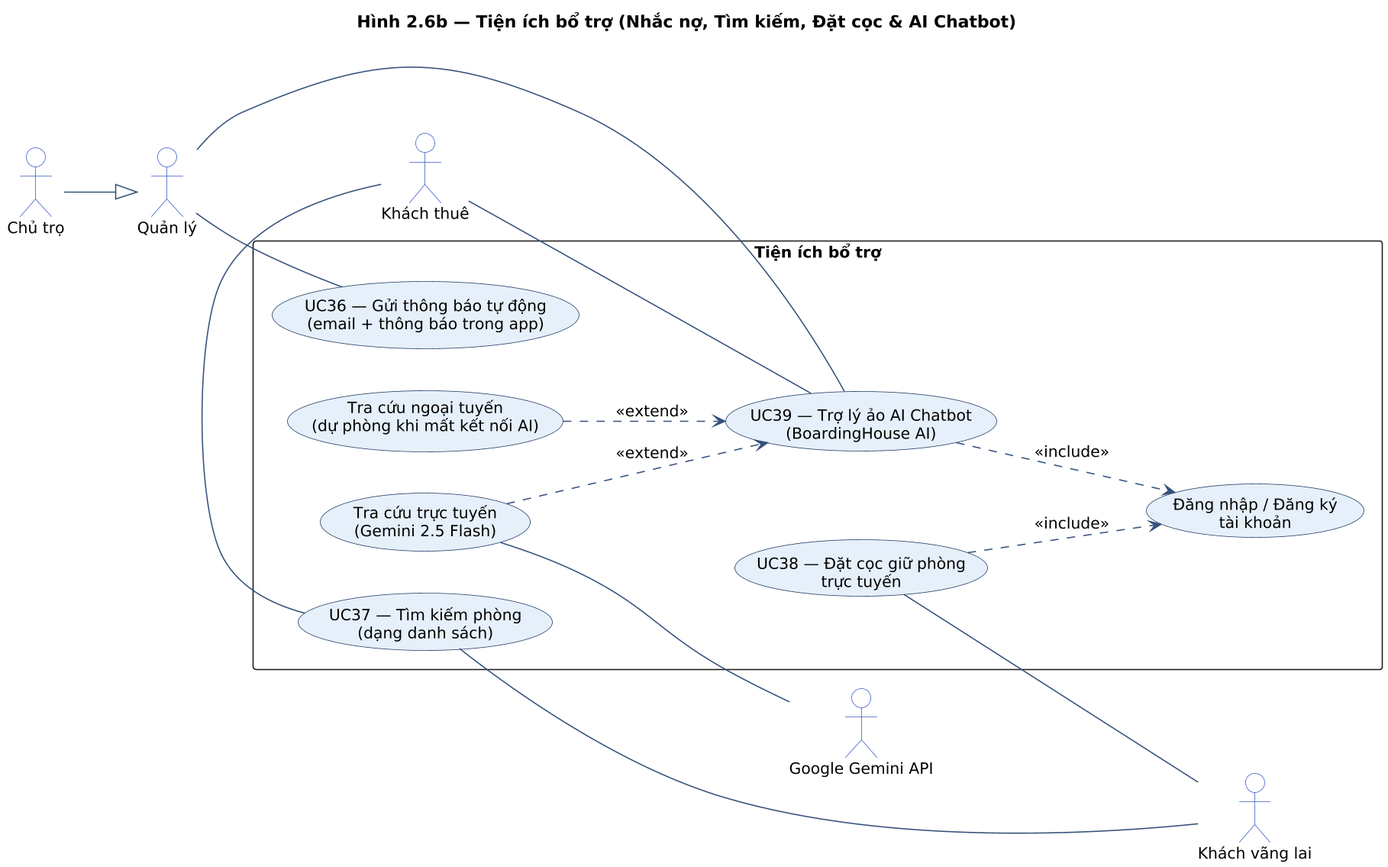
Earlier version of the PlantUML export docs/latex_report/images/diagrams/2.06b_uc_utilities.png (DiepTuHuy/Hostel_Management). Source of this version:
```plantuml
@startuml
title Hình 2.6b — Tiện ích bổ trợ (Nhắc nợ, Tìm kiếm, Đặt cọc & AI Chatbot)

skinparam dpi 150
skinparam shadowing false
skinparam defaultFontName "Segoe UI"
skinparam defaultFontSize 13
skinparam packageStyle rectangle
skinparam ArrowColor #34507A
skinparam usecase {
  BackgroundColor #E6F0FA
  BorderColor #1F3864
}
skinparam actor {
  BackgroundColor #FFFFFF
  BorderColor #3A5BC7
}
left to right direction

actor "Chủ trọ"        as Owner
actor "Quản lý"        as Manager
actor "Khách thuê"     as Tenant
actor "Khách vãng lai" as Visitor
actor "Google Gemini API" as Gemini

rectangle "Tiện ích bổ trợ" {
  usecase "UC36 — Gửi thông báo tự động\n(email + thông báo trong app)" as F1
  usecase "UC37 — Tìm kiếm phòng\n(dạng danh sách)"  as F2
  usecase "UC38 — Đặt cọc giữ phòng\ntrực tuyến"     as F3
  usecase "UC39 — Trợ lý ảo AI Chatbot\n(BoardingHouse AI)" as F4
  usecase "Đăng nhập / Đăng ký\ntài khoản"           as FA
  usecase "Tra cứu trực tuyến\n(Gemini 2.5 Flash)"   as F5
  usecase "Tra cứu ngoại tuyến\n(dự phòng khi mất kết nối AI)" as F6
}

Owner --|> Manager
Manager -- F1
Manager -- F4
Tenant  -- F4
F2 -- Tenant
F2 -- Visitor
F3 -- Visitor

F3 ..> FA : <<include>>
F4 ..> FA : <<include>>

F5 ..> F4 : <<extend>>
F6 ..> F4 : <<extend>>
F5 -- Gemini
@enduml
```
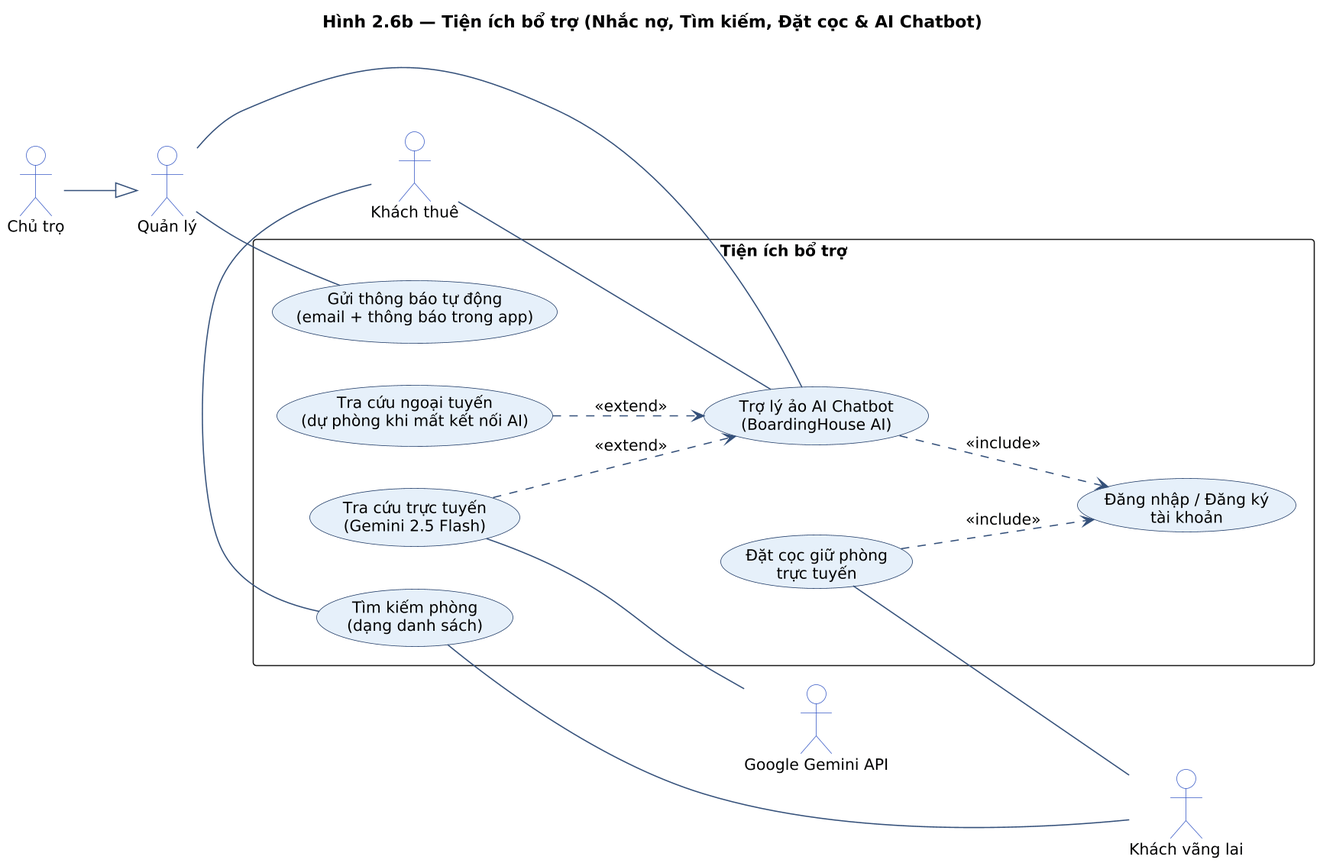
After the commit.

Commit message:
Sửa lỗi đường dẫn ảnh trong báo cáo LaTeX, cấu hình Times New Roman và biên dịch thành công main.pdf

Change to the diagram source:
```diff
@@ -24,10 +24,10 @@
 actor "Google Gemini API" as Gemini
 
 rectangle "Tiện ích bổ trợ" {
-  usecase "UC36 — Gửi thông báo tự động\n(email + thông báo trong app)" as F1
-  usecase "UC37 — Tìm kiếm phòng\n(dạng danh sách)"  as F2
-  usecase "UC38 — Đặt cọc giữ phòng\ntrực tuyến"     as F3
-  usecase "UC39 — Trợ lý ảo AI Chatbot\n(BoardingHouse AI)" as F4
+  usecase "Gửi thông báo tự động\n(email + thông báo trong app)" as F1
+  usecase "Tìm kiếm phòng\n(dạng danh sách)"  as F2
+  usecase "Đặt cọc giữ phòng\ntrực tuyến"     as F3
+  usecase "Trợ lý ảo AI Chatbot\n(BoardingHouse AI)" as F4
   usecase "Đăng nhập / Đăng ký\ntài khoản"           as FA
   usecase "Tra cứu trực tuyến\n(Gemini 2.5 Flash)"   as F5
   usecase "Tra cứu ngoại tuyến\n(dự phòng khi mất kết nối AI)" as F6
```
